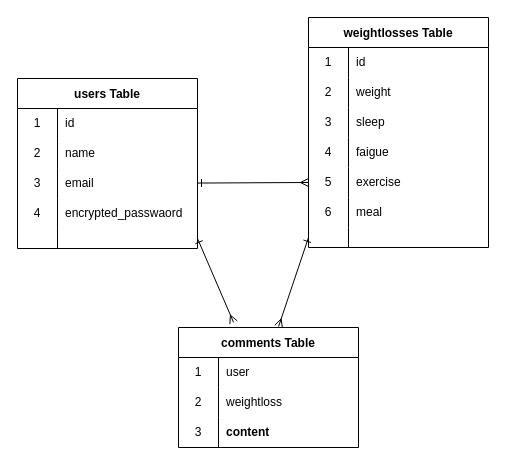
nakayamahiroshi164/yell keeps this draw.io diagram as yell.dio. Above is the earlier version. Source tidied: cells renumbered, new cells numbered last; positions are measured from the earlier drawing's top-left corner, leaving out a move shared by most shapes. Both pictures are drawn from the tidied source at 100%, with x=0, y=0 at pixel (17, 17).
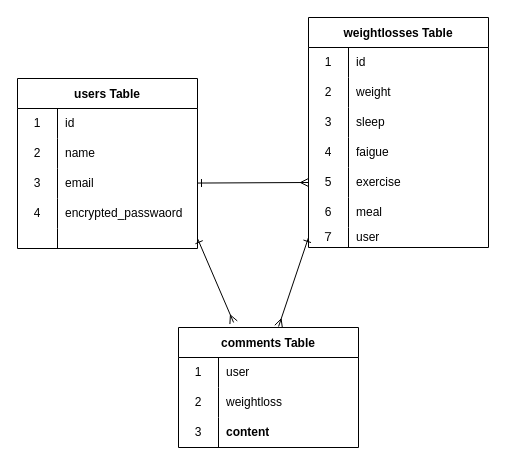
The same page after the edit.

The change refers to these unchanged cells:
```xml
<mxCell id="37" style="shape=tableRow;horizontal=0;startSize=0;swimlaneHead=0;swimlaneBody=0;top=0;left=0;bottom=0;right=0;fillColor=none;points=[[0,0.5],[1,0.5]];portConstraint=eastwest;" parent="18" vertex="1">
  <mxGeometry y="210" width="180" height="20" as="geometry" />
</mxCell>
```

What changed in the source:
```diff
@@
-    <mxCell id="38" style="shape=partialRectangle;html=1;whiteSpace=wrap;fillColor=none;top=0;left=0;bottom=0;right=0;overflow=hidden;" parent="37" vertex="1">
+    <mxCell id="38" value="７" style="shape=partialRectangle;html=1;whiteSpace=wrap;fillColor=none;top=0;left=0;bottom=0;right=0;overflow=hidden;" parent="37" vertex="1">
       <mxGeometry width="40" height="20" as="geometry" />
     </mxCell>
-    <mxCell id="39" style="shape=partialRectangle;html=1;whiteSpace=wrap;fillColor=none;top=0;left=0;bottom=0;right=0;align=left;spacingLeft=6;overflow=hidden;" parent="37" vertex="1">
+    <mxCell id="39" value="user" style="shape=partialRectangle;html=1;whiteSpace=wrap;fillColor=none;top=0;left=0;bottom=0;right=0;align=left;spacingLeft=6;overflow=hidden;" parent="37" vertex="1">
       <mxGeometry x="40" width="140" height="20" as="geometry" />
     </mxCell>
```
